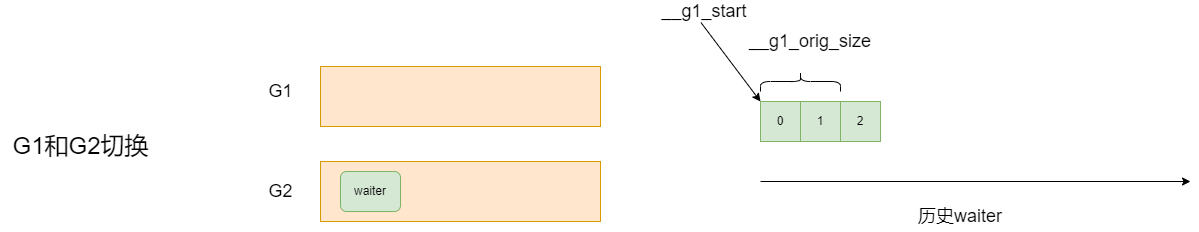
This is blog/Linux/application-dev/cond-var/demo4.png from zgjsxx/static-img-repo, a draw.io export, as it was before one commit. Source tidied: cells renumbered, new cells last; positions are measured from the earlier drawing's top-left corner, leaving out a move shared by most shapes. The source it was exported from:
```xml
<mxGraphModel>
  <root>
    <mxCell id="0" />
    <mxCell id="1" parent="0" />
    <mxCell id="2" style="rounded=0;whiteSpace=wrap;html=1;fillColor=#ffe6cc;strokeColor=#d79b00;" parent="1" vertex="1">
      <mxGeometry x="320" y="65" width="280" height="60" as="geometry" />
    </mxCell>
    <mxCell id="3" style="rounded=0;whiteSpace=wrap;html=1;fillColor=#ffe6cc;strokeColor=#d79b00;" parent="1" vertex="1">
      <mxGeometry x="320" y="160" width="280" height="60" as="geometry" />
    </mxCell>
    <mxCell id="4" value="&lt;font style=&quot;font-size: 18px&quot;&gt;G1&lt;/font&gt;" style="text;html=1;align=center;verticalAlign=middle;fillColor=none;strokeColor=none;rounded=0;shadow=0;" parent="1" vertex="1">
      <mxGeometry x="260" y="80" width="40" height="20" as="geometry" />
    </mxCell>
    <mxCell id="5" value="&lt;font style=&quot;font-size: 18px&quot;&gt;G2&lt;/font&gt;" style="text;html=1;align=center;verticalAlign=middle;fillColor=none;strokeColor=none;rounded=0;shadow=0;" parent="1" vertex="1">
      <mxGeometry x="260" y="180" width="40" height="20" as="geometry" />
    </mxCell>
    <mxCell id="6" value="&lt;font style=&quot;font-size: 24px&quot;&gt;G1和G2切换&lt;/font&gt;" style="text;html=1;align=center;verticalAlign=middle;fillColor=none;strokeColor=none;rounded=0;shadow=0;fontSize=18;" parent="1" vertex="1">
      <mxGeometry y="125" width="160" height="40" as="geometry" />
    </mxCell>
    <mxCell id="7" value="0" style="rounded=0;whiteSpace=wrap;html=1;fillColor=#d5e8d4;strokeColor=#82b366;" parent="1" vertex="1">
      <mxGeometry x="760" y="100" width="40" height="40" as="geometry" />
    </mxCell>
    <mxCell id="8" value="1" style="rounded=0;whiteSpace=wrap;html=1;fillColor=#d5e8d4;strokeColor=#82b366;" parent="1" vertex="1">
      <mxGeometry x="800" y="100" width="40" height="40" as="geometry" />
    </mxCell>
    <mxCell id="9" style="endArrow=classic;html=1;rounded=0;" parent="1" edge="1">
      <mxGeometry relative="1" as="geometry">
        <mxPoint x="760" y="180" as="sourcePoint" />
        <mxPoint x="1190" y="180" as="targetPoint" />
      </mxGeometry>
    </mxCell>
    <mxCell id="10" value="&lt;font style=&quot;font-size: 18px;&quot;&gt;历史waiter&lt;/font&gt;" style="text;strokeColor=none;align=center;fillColor=none;html=1;verticalAlign=middle;whiteSpace=wrap;rounded=0;" parent="1" vertex="1">
      <mxGeometry x="890" y="200" width="140" height="30" as="geometry" />
    </mxCell>
    <mxCell id="11" value="&lt;font style=&quot;font-size: 18px;&quot;&gt;__g1_start&lt;/font&gt;" style="text;strokeColor=none;align=center;fillColor=none;html=1;verticalAlign=middle;whiteSpace=wrap;rounded=0;" parent="1" vertex="1">
      <mxGeometry x="674" width="60" height="20" as="geometry" />
    </mxCell>
    <mxCell id="12" style="endArrow=classic;html=1;rounded=0;fontSize=18;entryX=0;entryY=0;entryDx=0;entryDy=0;exitX=0.441;exitY=1.052;exitDx=0;exitDy=0;exitPerimeter=0;" parent="1" edge="1" source="11" target="7">
      <mxGeometry relative="1" as="geometry" />
    </mxCell>
    <mxCell id="13" style="shape=curlyBracket;whiteSpace=wrap;html=1;rounded=1;labelPosition=left;verticalLabelPosition=middle;align=right;verticalAlign=middle;fontSize=18;rotation=90;" parent="1" vertex="1">
      <mxGeometry x="790" y="40" width="20" height="80" as="geometry" />
    </mxCell>
    <mxCell id="14" value="&lt;font style=&quot;font-size: 18px;&quot;&gt;__g1_orig_size&lt;/font&gt;" style="text;strokeColor=none;align=center;fillColor=none;html=1;verticalAlign=middle;whiteSpace=wrap;rounded=0;" parent="1" vertex="1">
      <mxGeometry x="780" y="30" width="60" height="20" as="geometry" />
    </mxCell>
    <mxCell id="15" value="waiter" style="rounded=1;whiteSpace=wrap;html=1;fillColor=#d5e8d4;strokeColor=#82b366;shadow=0;" parent="1" vertex="1">
      <mxGeometry x="340" y="170" width="60" height="40" as="geometry" />
    </mxCell>
    <mxCell id="16" value="2" style="rounded=0;whiteSpace=wrap;html=1;fillColor=#d5e8d4;strokeColor=#82b366;" parent="1" vertex="1">
      <mxGeometry x="840" y="100" width="40" height="40" as="geometry" />
    </mxCell>
  </root>
</mxGraphModel>
```
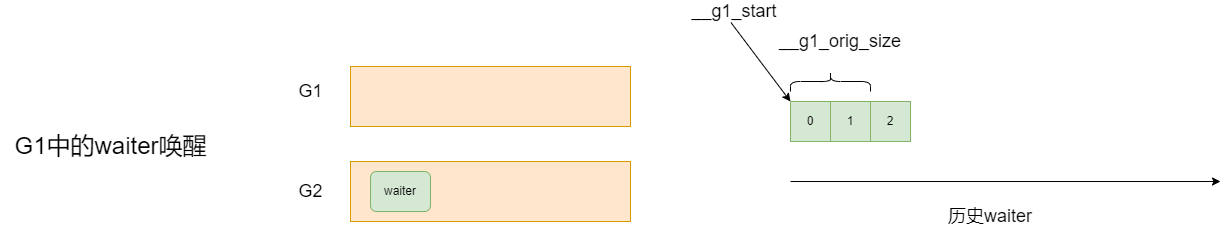
After the change.

The edit, as a diff of the source:
```diff
@@ -14,8 +14,8 @@
     <mxCell id="5" value="&lt;font style=&quot;font-size: 18px&quot;&gt;G2&lt;/font&gt;" style="text;html=1;align=center;verticalAlign=middle;fillColor=none;strokeColor=none;rounded=0;shadow=0;" parent="1" vertex="1">
       <mxGeometry x="260" y="180" width="40" height="20" as="geometry" />
     </mxCell>
-    <mxCell id="6" value="&lt;font style=&quot;font-size: 24px&quot;&gt;G1和G2切换&lt;/font&gt;" style="text;html=1;align=center;verticalAlign=middle;fillColor=none;strokeColor=none;rounded=0;shadow=0;fontSize=18;" parent="1" vertex="1">
-      <mxGeometry y="125" width="160" height="40" as="geometry" />
+    <mxCell id="6" value="&lt;font style=&quot;font-size: 24px&quot;&gt;G1中的waiter唤醒&lt;/font&gt;" style="text;html=1;align=center;verticalAlign=middle;fillColor=none;strokeColor=none;rounded=0;shadow=0;fontSize=18;" parent="1" vertex="1">
+      <mxGeometry x="-30" y="125" width="220" height="40" as="geometry" />
     </mxCell>
     <mxCell id="7" value="0" style="rounded=0;whiteSpace=wrap;html=1;fillColor=#d5e8d4;strokeColor=#82b366;" parent="1" vertex="1">
       <mxGeometry x="760" y="100" width="40" height="40" as="geometry" />
```
